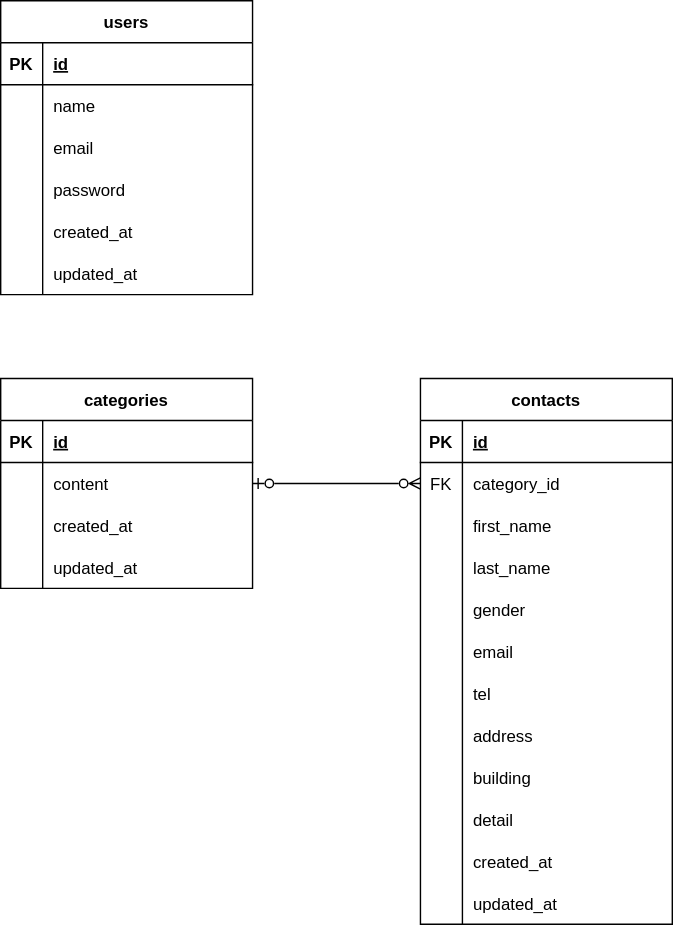
Above: er.drawio.svg in ryamao/ability-test-with-actions (draw.io), before the change. Source tidied: cells renumbered, new cells last; positions are measured from the earlier drawing's top-left corner, leaving out a move shared by most shapes.
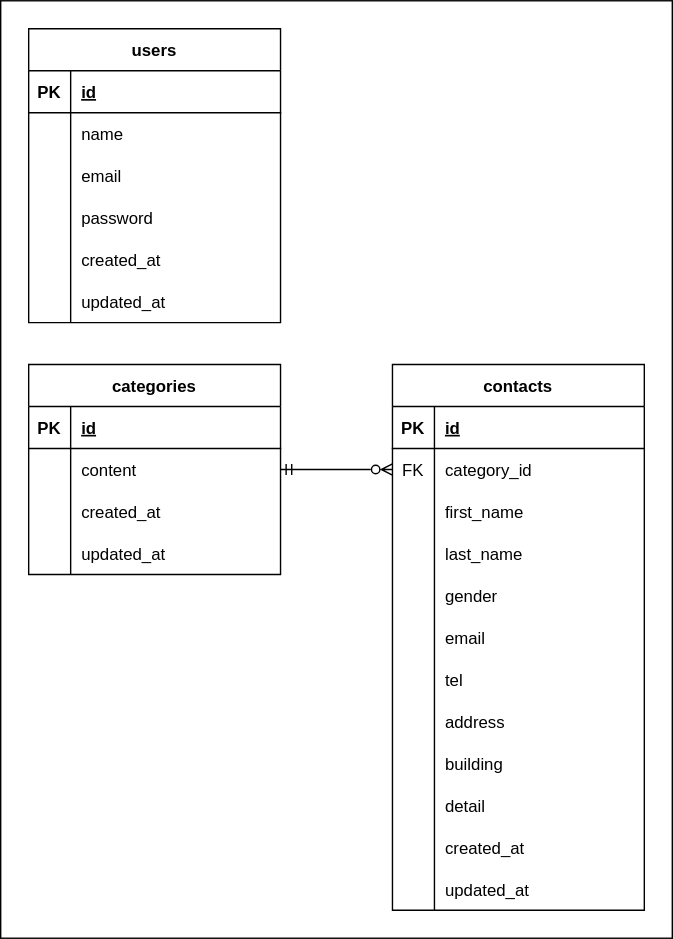
After the change.

What changed in the source:
```diff
@@ -2,8 +2,11 @@
   <root>
     <mxCell id="0" />
     <mxCell id="1" parent="0" />
+    <mxCell id="72" style="rounded=0;whiteSpace=wrap;html=1;" parent="1" vertex="1">
+      <mxGeometry x="-40" y="-40" width="480" height="670" as="geometry" />
+    </mxCell>
     <mxCell id="2" value="contacts" style="shape=table;startSize=30;rowLines=0;fontStyle=1;align=center;" parent="1" vertex="1">
-      <mxGeometry x="300" y="270" width="180" height="390" as="geometry" />
+      <mxGeometry x="240" y="220" width="180" height="390" as="geometry" />
     </mxCell>
     <mxCell id="3" style="shape=tableRow;horizontal=0;startSize=0;swimlaneHead=0;swimlaneBody=0;fillColor=none;top=0;left=0;right=0;bottom=1;" parent="2" vertex="1">
       <mxGeometry y="30" width="180" height="30" as="geometry" />
@@ -114,7 +117,7 @@
       <mxGeometry x="30" width="150" height="30" as="geometry" />
     </mxCell>
     <mxCell id="39" value="categories" style="shape=table;startSize=30;rowLines=0;fontStyle=1;align=center;" parent="1" vertex="1">
-      <mxGeometry y="270" width="180" height="150" as="geometry" />
+      <mxGeometry x="-20" y="220" width="180" height="150" as="geometry" />
     </mxCell>
     <mxCell id="40" style="shape=tableRow;horizontal=0;startSize=0;swimlaneHead=0;swimlaneBody=0;fillColor=none;top=0;left=0;right=0;bottom=1;" parent="39" vertex="1">
       <mxGeometry y="30" width="180" height="30" as="geometry" />
@@ -153,7 +156,7 @@
       <mxGeometry x="30" width="150" height="30" as="geometry" />
     </mxCell>
     <mxCell id="52" value="users" style="shape=table;startSize=30;rowLines=0;fontStyle=1;align=center;" parent="1" vertex="1">
-      <mxGeometry width="180" height="210" as="geometry" />
+      <mxGeometry x="-20" y="-20" width="180" height="210" as="geometry" />
     </mxCell>
     <mxCell id="53" style="shape=tableRow;horizontal=0;startSize=0;swimlaneHead=0;swimlaneBody=0;fillColor=none;top=0;left=0;right=0;bottom=1;" parent="52" vertex="1">
       <mxGeometry y="30" width="180" height="30" as="geometry" />
@@ -209,7 +212,7 @@
     <mxCell id="70" value="updated_at" style="shape=partialRectangle;fillColor=none;top=0;left=0;bottom=0;right=0;align=left;spacingLeft=6;overflow=hidden;" parent="68" vertex="1">
       <mxGeometry x="30" width="150" height="30" as="geometry" />
     </mxCell>
-    <mxCell id="71" style="edgeStyle=none;html=1;exitX=1;exitY=0.5;exitDx=0;exitDy=0;entryX=0;entryY=0.5;entryDx=0;entryDy=0;startArrow=ERzeroToOne;startFill=0;endArrow=ERzeroToMany;endFill=0;" parent="1" edge="1" source="43" target="6">
+    <mxCell id="71" style="edgeStyle=none;html=1;exitX=1;exitY=0.5;exitDx=0;exitDy=0;entryX=0;entryY=0.5;entryDx=0;entryDy=0;startArrow=ERmandOne;startFill=0;endArrow=ERzeroToMany;endFill=0;" parent="1" edge="1" source="43" target="6">
       <mxGeometry relative="1" as="geometry" />
     </mxCell>
   </root>
```
